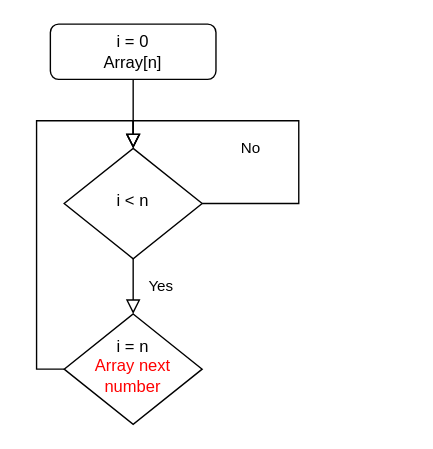
Above: Schufer/Challenge-SortingCo.drawio in ChrisSchufer/FE21-Algorithms-DAY1-Christoph-Idris (draw.io), before the change. Source tidied: cells renumbered, new cells numbered last; positions are measured from the earlier drawing's top-left corner, leaving out a move shared by most shapes. Both pictures are drawn from the tidied source at 138%, with x=0, y=0 at pixel (36, 23).
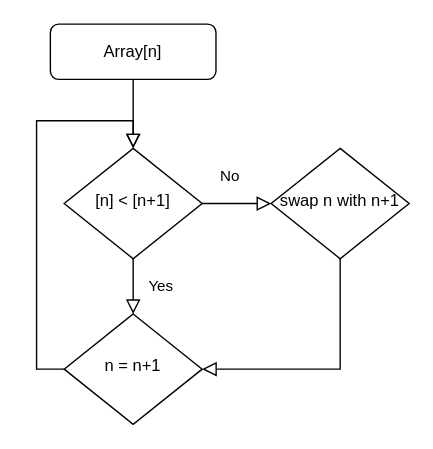
The same page after the edit.

Commit message (it also covers changes not shown here):
changes to atm and sorting

What changed in the source:
```diff
@@
 <mxGraphModel>
   <root>
     <mxCell id="0" />
     <mxCell id="1" parent="0" />
     <mxCell id="2" style="rounded=0;html=1;jettySize=auto;fontSize=11;endArrow=block;endFill=0;endSize=8;strokeWidth=1;shadow=0;labelBackgroundColor=none;edgeStyle=orthogonalEdgeStyle;" parent="1" edge="1" source="3" target="6">
       <mxGeometry relative="1" as="geometry" />
     </mxCell>
-    <mxCell id="3" value="i = 0&lt;br&gt;Array[n]" style="rounded=1;whiteSpace=wrap;html=1;fontSize=12;glass=0;strokeWidth=1;shadow=0;" parent="1" vertex="1">
+    <mxCell id="3" value="Array[n]" style="rounded=1;whiteSpace=wrap;html=1;fontSize=12;glass=0;strokeWidth=1;shadow=0;" parent="1" vertex="1">
       <mxGeometry x="10" width="120" height="40" as="geometry" />
     </mxCell>
     <mxCell id="4" value="Yes" style="rounded=0;html=1;jettySize=auto;fontSize=11;endArrow=block;endFill=0;endSize=8;strokeWidth=1;shadow=0;labelBackgroundColor=none;edgeStyle=orthogonalEdgeStyle;" parent="1" edge="1" source="6" target="7">
       <mxGeometry y="20" relative="1" as="geometry" />
     </mxCell>
-    <mxCell id="5" value="No" style="edgeStyle=orthogonalEdgeStyle;rounded=0;html=1;jettySize=auto;orthogonalLoop=1;fontSize=11;endArrow=block;endFill=0;endSize=8;strokeWidth=1;shadow=0;labelBackgroundColor=none;entryX=0.5;entryY=0;entryDx=0;entryDy=0;" parent="1" edge="1" source="6" target="6">
-      <mxGeometry x="0.22" y="20" relative="1" as="geometry">
+    <mxCell id="5" value="No" style="edgeStyle=orthogonalEdgeStyle;rounded=0;html=1;jettySize=auto;fontSize=11;endArrow=block;endFill=0;endSize=8;strokeWidth=1;shadow=0;labelBackgroundColor=none;entryX=0;entryY=0.5;entryDx=0;entryDy=0;" parent="1" edge="1" source="6" target="9">
+      <mxGeometry x="-0.2" y="20" relative="1" as="geometry">
         <Array as="points">
-          <mxPoint x="190" y="130" />
-          <mxPoint x="190" y="70" />
-          <mxPoint x="70" y="70" />
+          <mxPoint x="150" y="130" />
+          <mxPoint x="150" y="130" />
         </Array>
       </mxGeometry>
     </mxCell>
-    <mxCell id="6" value="i &amp;lt; n" style="rhombus;whiteSpace=wrap;html=1;shadow=0;fontFamily=Helvetica;fontSize=12;align=center;strokeWidth=1;spacing=6;spacingTop=-4;" parent="1" vertex="1">
+    <mxCell id="6" value="[n] &amp;lt; [n+1]" style="rhombus;whiteSpace=wrap;html=1;shadow=0;fontFamily=Helvetica;fontSize=12;align=center;strokeWidth=1;spacing=6;spacingTop=-4;" parent="1" vertex="1">
       <mxGeometry x="20" y="90" width="100" height="80" as="geometry" />
     </mxCell>
-    <mxCell id="7" value="i = n&lt;br&gt;&lt;font color=&quot;#ff0000&quot;&gt;Array next&lt;br&gt;number&lt;/font&gt;" style="rhombus;whiteSpace=wrap;html=1;shadow=0;fontFamily=Helvetica;fontSize=12;align=center;strokeWidth=1;spacing=6;spacingTop=-4;" parent="1" vertex="1">
+    <mxCell id="7" value="n = n+1" style="rhombus;whiteSpace=wrap;html=1;shadow=0;fontFamily=Helvetica;fontSize=12;align=center;strokeWidth=1;spacing=6;spacingTop=-4;" parent="1" vertex="1">
       <mxGeometry x="20" y="210" width="100" height="80" as="geometry" />
     </mxCell>
     <mxCell id="8" style="rounded=0;html=1;jettySize=auto;fontSize=11;endArrow=block;endFill=0;endSize=8;strokeWidth=1;shadow=0;labelBackgroundColor=none;edgeStyle=orthogonalEdgeStyle;exitX=0;exitY=0.5;exitDx=0;exitDy=0;entryX=0.5;entryY=0;entryDx=0;entryDy=0;" parent="1" edge="1" source="7" target="6">
       <mxGeometry y="20" relative="1" as="geometry">
         <Array as="points">
           <mxPoint y="250" />
           <mxPoint y="70" />
           <mxPoint x="70" y="70" />
         </Array>
       </mxGeometry>
     </mxCell>
+    <mxCell id="9" value="swap n with n+1" style="rhombus;whiteSpace=wrap;html=1;shadow=0;fontFamily=Helvetica;fontSize=12;align=center;strokeWidth=1;spacing=6;spacingTop=-4;" parent="1" vertex="1">
+      <mxGeometry x="170" y="90" width="100" height="80" as="geometry" />
+    </mxCell>
+    <mxCell id="10" style="rounded=0;html=1;jettySize=auto;fontSize=11;endArrow=block;endFill=0;endSize=8;strokeWidth=1;shadow=0;labelBackgroundColor=none;edgeStyle=orthogonalEdgeStyle;exitX=0.5;exitY=1;exitDx=0;exitDy=0;entryX=1;entryY=0.5;entryDx=0;entryDy=0;" parent="1" edge="1" source="9" target="7">
+      <mxGeometry y="20" relative="1" as="geometry">
+        <Array as="points">
+          <mxPoint x="220" y="250" />
+        </Array>
+      </mxGeometry>
+    </mxCell>
   </root>
 </mxGraphModel>
```
